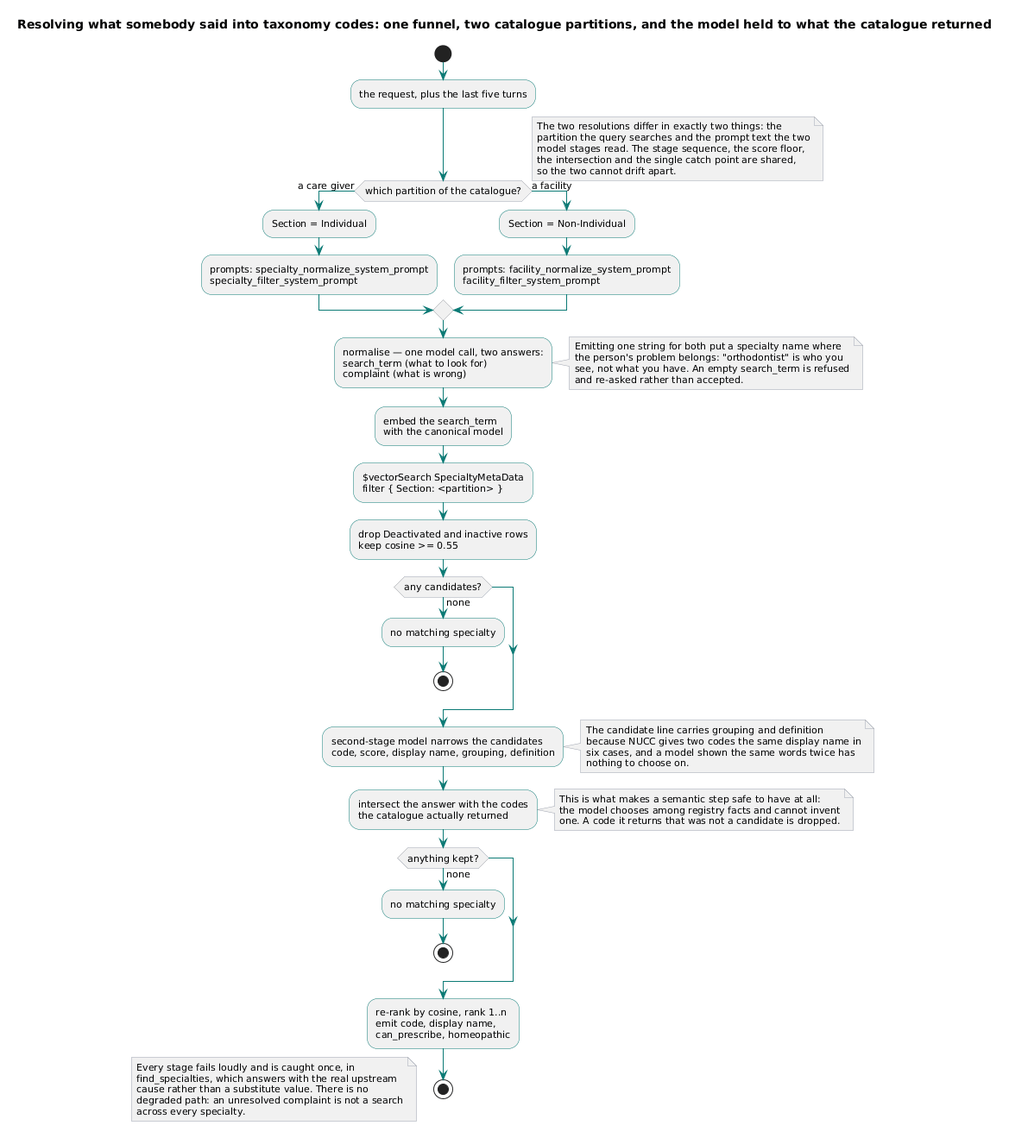
SkipSnow/ChatHealthyRepo keeps this PlantUML diagram as brain/machine_artifacts/diagramsAndImages/rendered/fc_nucc_funnel.png. Above is the earlier version. The source it was exported from:
```plantuml
@startuml
skinparam shadowing false
skinparam defaultFontName Segoe UI
skinparam defaultFontSize 11
skinparam ArrowColor #0b7a75
skinparam ComponentBorderColor #0b7a75
skinparam DatabaseBorderColor #6b7280
skinparam NoteBackgroundColor #f3f4f6
skinparam NoteBorderColor #9ca3af

skinparam ActivityBorderColor #0b7a75
skinparam ActivityDiamondBorderColor #9ca3af

title Resolving what somebody said into taxonomy codes: one funnel, two catalogue partitions, and the model held to what the catalogue returned

start

:the request, plus the last five turns;

if (which partition of the catalogue?) then (a care giver)
  :Section = Individual;
  :prompts: specialty_normalize_system_prompt\nspecialty_filter_system_prompt;
else (a facility)
  :Section = Non-Individual;
  :prompts: facility_normalize_system_prompt\nfacility_filter_system_prompt;
endif

note right
  The two resolutions differ in exactly two things: the
  partition the query searches and the prompt text the two
  model stages read. The stage sequence, the score floor,
  the intersection and the single catch point are shared,
  so the two cannot drift apart.
end note

:normalise — one model call, two answers:\nsearch_term (what to look for)\ncomplaint (what is wrong);
note right
  Emitting one string for both put a specialty name where
  the person's problem belongs: "orthodontist" is who you
  see, not what you have. An empty search_term is refused
  and re-asked rather than accepted.
end note

:embed the search_term\nwith the canonical model;

:$vectorSearch SpecialtyMetaData\nfilter { Section: <partition> };

:drop Deactivated and inactive rows\nkeep cosine >= 0.55;

if (any candidates?) then (none)
  :no matching specialty;
  stop
endif

:second-stage model narrows the candidates\ncode, score, display name, grouping, definition;
note right
  The candidate line carries grouping and definition
  because NUCC gives two codes the same display name in
  six cases, and a model shown the same words twice has
  nothing to choose on.
end note

:intersect the answer with the codes\nthe catalogue actually returned;
note right
  This is what makes a semantic step safe to have at all:
  the model chooses among registry facts and cannot invent
  one. A code it returns that was not a candidate is dropped.
end note

if (anything kept?) then (none)
  :no matching specialty;
  stop
endif

:re-rank by cosine, rank 1..n\nemit code, display name,\ncan_prescribe, homeopathic;

stop

floating note
  Every stage fails loudly and is caught once, in
  find_specialties, which answers with the real upstream
  cause rather than a substitute value. There is no
  degraded path: an unresolved complaint is not a search
  across every specialty.
end note
@enduml
```
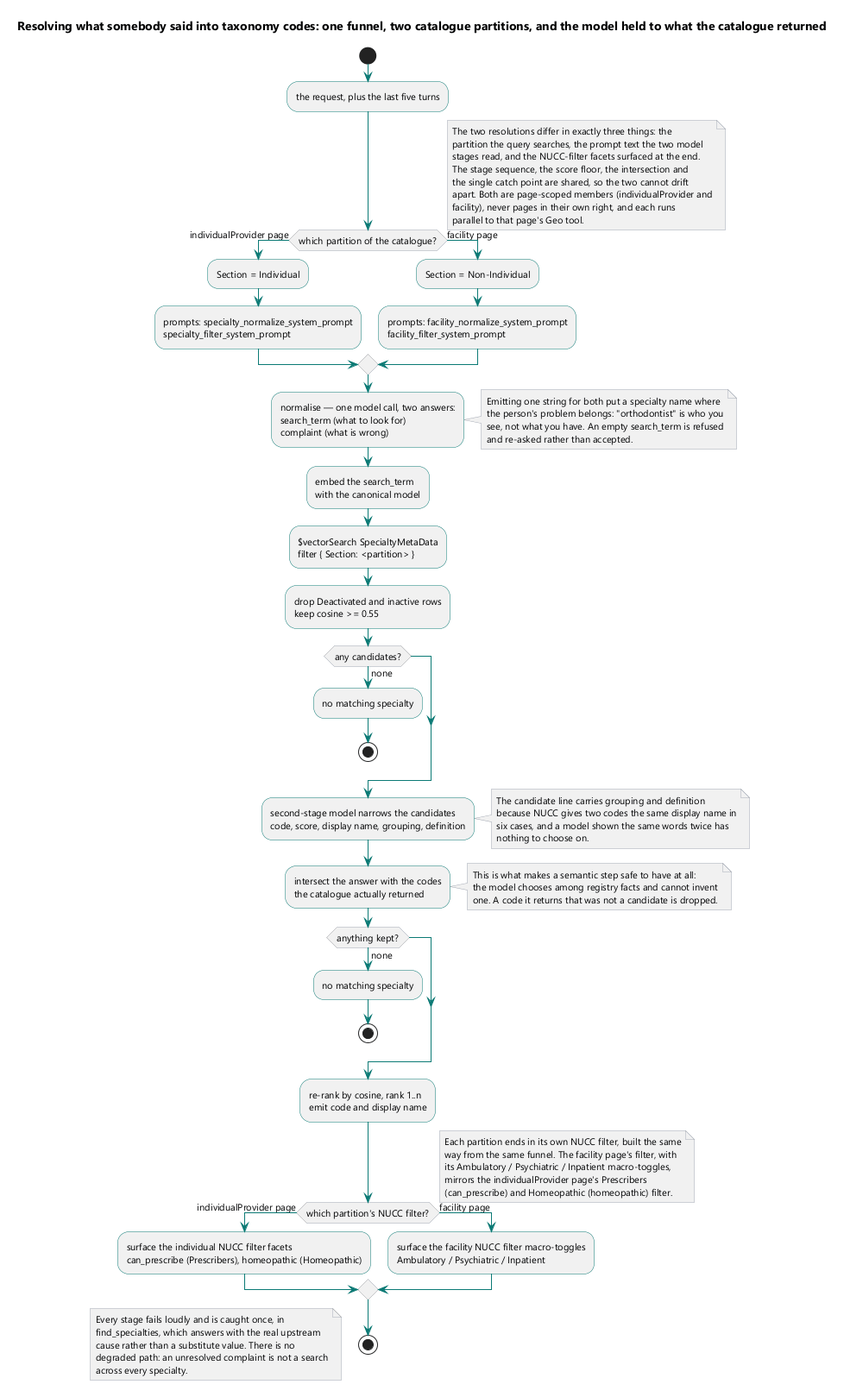
Above is the later version.

The edit, as a diff of the source:
```diff
@@ -17,20 +17,23 @@
 
 :the request, plus the last five turns;
 
-if (which partition of the catalogue?) then (a care giver)
+if (which partition of the catalogue?) then (individualProvider page)
   :Section = Individual;
   :prompts: specialty_normalize_system_prompt\nspecialty_filter_system_prompt;
-else (a facility)
+else (facility page)
   :Section = Non-Individual;
   :prompts: facility_normalize_system_prompt\nfacility_filter_system_prompt;
 endif
 
 note right
-  The two resolutions differ in exactly two things: the
-  partition the query searches and the prompt text the two
-  model stages read. The stage sequence, the score floor,
-  the intersection and the single catch point are shared,
-  so the two cannot drift apart.
+  The two resolutions differ in exactly three things: the
+  partition the query searches, the prompt text the two model
+  stages read, and the NUCC-filter facets surfaced at the end.
+  The stage sequence, the score floor, the intersection and
+  the single catch point are shared, so the two cannot drift
+  apart. Both are page-scoped members (individualProvider and
+  facility), never pages in their own right, and each runs
+  parallel to that page's Geo tool.
 end note
 
 :normalise — one model call, two answers:\nsearch_term (what to look for)\ncomplaint (what is wrong);
@@ -72,7 +75,21 @@
   stop
 endif
 
-:re-rank by cosine, rank 1..n\nemit code, display name,\ncan_prescribe, homeopathic;
+:re-rank by cosine, rank 1..n\nemit code and display name;
+
+if (which partition's NUCC filter?) then (individualProvider page)
+  :surface the individual NUCC filter facets\ncan_prescribe (Prescribers), homeopathic (Homeopathic);
+else (facility page)
+  :surface the facility NUCC filter macro-toggles\nAmbulatory / Psychiatric / Inpatient;
+endif
+
+note right
+  Each partition ends in its own NUCC filter, built the same
+  way from the same funnel. The facility page's filter, with
+  its Ambulatory / Psychiatric / Inpatient macro-toggles,
+  mirrors the individualProvider page's Prescribers
+  (can_prescribe) and Homeopathic (homeopathic) filter.
+end note
 
 stop
 
@@ -83,4 +100,5 @@
   degraded path: an unresolved complaint is not a search
   across every specialty.
 end note
+
 @enduml
```
